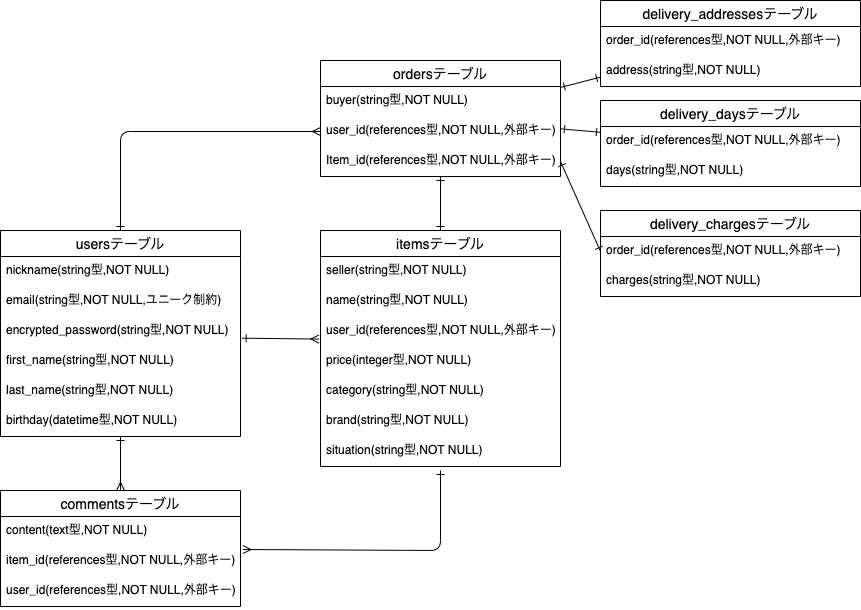
Earlier version of the draw.io export furima.drawio.png (hossan09/furima-38237). Source tidied: cells renumbered, new cells last; positions are measured from the earlier drawing's top-left corner, leaving out a move shared by most shapes.
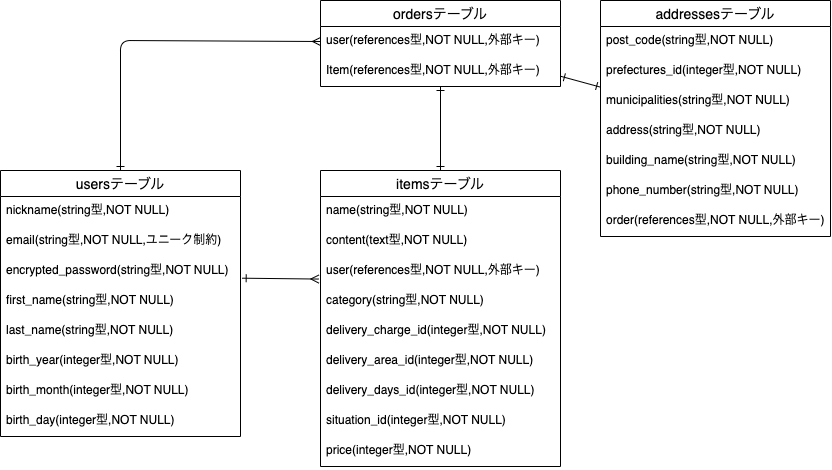
The same diagram one commit later.

Commit message:
不要なテーブルの削除、カラムの編集・追加

The edit, as a diff of the source:
```diff
@@ -5,18 +5,15 @@
     <mxCell id="2" style="edgeStyle=none;html=1;endArrow=ERmany;endFill=0;startArrow=ERone;startFill=0;entryX=-0.007;entryY=0.752;entryDx=0;entryDy=0;exitX=1.007;exitY=0.723;exitDx=0;exitDy=0;exitPerimeter=0;entryPerimeter=0;" parent="1" edge="1" source="8" target="17">
       <mxGeometry relative="1" as="geometry" />
     </mxCell>
-    <mxCell id="3" style="edgeStyle=none;html=1;startArrow=ERone;startFill=0;endArrow=ERmany;endFill=0;" parent="1" edge="1" source="5" target="22">
-      <mxGeometry relative="1" as="geometry" />
-    </mxCell>
     <mxCell id="4" style="edgeStyle=none;html=1;startArrow=ERone;startFill=0;endArrow=ERmany;endFill=0;exitX=0.5;exitY=0;exitDx=0;exitDy=0;entryX=0;entryY=0.5;entryDx=0;entryDy=0;" parent="1" edge="1" source="5" target="28">
       <mxGeometry relative="1" as="geometry">
         <Array as="points">
-          <mxPoint x="120" y="131" />
+          <mxPoint x="120" y="100" />
         </Array>
       </mxGeometry>
     </mxCell>
     <mxCell id="5" value="usersテーブル" style="swimlane;fontStyle=0;horizontal=1;startSize=26;align=center;fontSize=14;" parent="1" vertex="1">
-      <mxGeometry y="230" width="240" height="206" as="geometry" />
+      <mxGeometry y="230" width="240" height="266" as="geometry" />
     </mxCell>
     <mxCell id="6" value="nickname(string型,NOT NULL)" style="text;strokeColor=none;fillColor=none;spacingLeft=4;spacingRight=4;overflow=hidden;fontSize=12;" parent="5" vertex="1">
       <mxGeometry y="26" width="240" height="30" as="geometry" />
@@ -33,103 +30,83 @@
     <mxCell id="10" value="last_name(string型,NOT NULL)" style="text;strokeColor=none;fillColor=none;spacingLeft=4;spacingRight=4;overflow=hidden;fontSize=12;" parent="5" vertex="1">
       <mxGeometry y="146" width="240" height="30" as="geometry" />
     </mxCell>
-    <mxCell id="11" value="birthday(datetime型,NOT NULL)" style="text;strokeColor=none;fillColor=none;spacingLeft=4;spacingRight=4;overflow=hidden;fontSize=12;" parent="5" vertex="1">
+    <mxCell id="11" value="birth_year(integer型,NOT NULL)" style="text;strokeColor=none;fillColor=none;spacingLeft=4;spacingRight=4;overflow=hidden;fontSize=12;" parent="5" vertex="1">
       <mxGeometry y="176" width="240" height="30" as="geometry" />
     </mxCell>
+    <mxCell id="13" value="birth_month(integer型,NOT NULL)" style="text;strokeColor=none;fillColor=none;spacingLeft=4;spacingRight=4;overflow=hidden;fontSize=12;" parent="5" vertex="1">
+      <mxGeometry y="206" width="240" height="30" as="geometry" />
+    </mxCell>
+    <mxCell id="42" value="birth_day(integer型,NOT NULL)" style="text;strokeColor=none;fillColor=none;spacingLeft=4;spacingRight=4;overflow=hidden;fontSize=12;" parent="5" vertex="1">
+      <mxGeometry y="236" width="240" height="30" as="geometry" />
+    </mxCell>
     <mxCell id="12" style="edgeStyle=none;html=1;startArrow=ERone;startFill=0;endArrow=ERone;endFill=0;" parent="1" edge="1" source="14" target="26">
       <mxGeometry relative="1" as="geometry" />
     </mxCell>
-    <mxCell id="13" style="edgeStyle=none;html=1;startArrow=ERone;startFill=0;endArrow=ERmany;endFill=0;entryX=1.01;entryY=0.1;entryDx=0;entryDy=0;entryPerimeter=0;" parent="1" edge="1" target="24">
-      <mxGeometry relative="1" as="geometry">
-        <mxPoint x="440" y="470" as="sourcePoint" />
-        <Array as="points">
-          <mxPoint x="440" y="550" />
-        </Array>
-      </mxGeometry>
-    </mxCell>
     <mxCell id="14" value="itemsテーブル" style="swimlane;fontStyle=0;horizontal=1;startSize=26;align=center;fontSize=14;" parent="1" vertex="1">
-      <mxGeometry x="320" y="230" width="240" height="236" as="geometry" />
+      <mxGeometry x="320" y="230" width="240" height="296" as="geometry" />
     </mxCell>
-    <mxCell id="15" value="seller(string型,NOT NULL)" style="text;strokeColor=none;fillColor=none;spacingLeft=4;spacingRight=4;overflow=hidden;fontSize=12;" parent="14" vertex="1">
-      <mxGeometry y="26" width="240" height="30" as="geometry" />
-    </mxCell>
     <mxCell id="16" value="name(string型,NOT NULL)" style="text;strokeColor=none;fillColor=none;spacingLeft=4;spacingRight=4;overflow=hidden;fontSize=12;" parent="14" vertex="1">
-      <mxGeometry y="56" width="240" height="30" as="geometry" />
+      <mxGeometry y="26" width="240" height="30" as="geometry" />
     </mxCell>
+    <mxCell id="23" value="content(text型,NOT NULL)" style="text;strokeColor=none;fillColor=none;spacingLeft=4;spacingRight=4;overflow=hidden;fontSize=12;" parent="14" vertex="1">
+      <mxGeometry y="56" width="240" height="30" as="geometry" />
+    </mxCell>
-    <mxCell id="17" value="user_id(references型,NOT NULL,外部キー)" style="text;strokeColor=none;fillColor=none;spacingLeft=4;spacingRight=4;overflow=hidden;points=[[0,0.5],[1,0.5]];portConstraint=eastwest;fontSize=12;" parent="14" vertex="1">
+    <mxCell id="17" value="user(references型,NOT NULL,外部キー)" style="text;strokeColor=none;fillColor=none;spacingLeft=4;spacingRight=4;overflow=hidden;points=[[0,0.5],[1,0.5]];portConstraint=eastwest;fontSize=12;" parent="14" vertex="1">
       <mxGeometry y="86" width="240" height="30" as="geometry" />
     </mxCell>
-    <mxCell id="18" value="price(integer型,NOT NULL)" style="text;strokeColor=none;fillColor=none;spacingLeft=4;spacingRight=4;overflow=hidden;fontSize=12;" parent="14" vertex="1">
-      <mxGeometry y="116" width="240" height="30" as="geometry" />
-    </mxCell>
     <mxCell id="19" value="category(string型,NOT NULL)" style="text;strokeColor=none;fillColor=none;spacingLeft=4;spacingRight=4;overflow=hidden;fontSize=12;" parent="14" vertex="1">
-      <mxGeometry y="146" width="240" height="30" as="geometry" />
+      <mxGeometry y="116" width="240" height="30" as="geometry" />
     </mxCell>
-    <mxCell id="20" value="brand(string型,NOT NULL)" style="text;strokeColor=none;fillColor=none;spacingLeft=4;spacingRight=4;overflow=hidden;fontSize=12;" parent="14" vertex="1">
-      <mxGeometry y="176" width="240" height="30" as="geometry" />
+    <mxCell id="20" value="delivery_charge_id(integer型,NOT NULL)" style="text;strokeColor=none;fillColor=none;spacingLeft=4;spacingRight=4;overflow=hidden;fontSize=12;" parent="14" vertex="1">
+      <mxGeometry y="146" width="240" height="30" as="geometry" />
     </mxCell>
+    <mxCell id="43" value="delivery_area_id(integer型,NOT NULL)" style="text;strokeColor=none;fillColor=none;spacingLeft=4;spacingRight=4;overflow=hidden;fontSize=12;" parent="14" vertex="1">
+      <mxGeometry y="176" width="240" height="30" as="geometry" />
+    </mxCell>
+    <mxCell id="44" value="delivery_days_id(integer型,NOT NULL)" style="text;strokeColor=none;fillColor=none;spacingLeft=4;spacingRight=4;overflow=hidden;fontSize=12;" parent="14" vertex="1">
+      <mxGeometry y="206" width="240" height="30" as="geometry" />
+    </mxCell>
-    <mxCell id="21" value="situation(string型,NOT NULL)" style="text;strokeColor=none;fillColor=none;spacingLeft=4;spacingRight=4;overflow=hidden;fontSize=12;" parent="14" vertex="1">
-      <mxGeometry y="206" width="240" height="30" as="geometry" />
+    <mxCell id="21" value="situation_id(integer型,NOT NULL)" style="text;strokeColor=none;fillColor=none;spacingLeft=4;spacingRight=4;overflow=hidden;fontSize=12;" parent="14" vertex="1">
+      <mxGeometry y="236" width="240" height="30" as="geometry" />
     </mxCell>
-    <mxCell id="22" value="commentsテーブル" style="swimlane;fontStyle=0;horizontal=1;startSize=26;align=center;fontSize=14;" parent="1" vertex="1">
-      <mxGeometry y="490" width="240" height="116" as="geometry" />
-    </mxCell>
-    <mxCell id="23" value="content(text型,NOT NULL)" style="text;strokeColor=none;fillColor=none;spacingLeft=4;spacingRight=4;overflow=hidden;fontSize=12;" parent="22" vertex="1">
-      <mxGeometry y="26" width="240" height="30" as="geometry" />
-    </mxCell>
-    <mxCell id="24" value="item_id(references型,NOT NULL,外部キー)" style="text;strokeColor=none;fillColor=none;spacingLeft=4;spacingRight=4;overflow=hidden;points=[[0,0.5],[1,0.5]];portConstraint=eastwest;fontSize=12;" parent="22" vertex="1">
-      <mxGeometry y="56" width="240" height="30" as="geometry" />
-    </mxCell>
-    <mxCell id="25" value="user_id(references型,NOT NULL,外部キー)" style="text;strokeColor=none;fillColor=none;spacingLeft=4;spacingRight=4;overflow=hidden;fontSize=12;" parent="22" vertex="1">
-      <mxGeometry y="86" width="240" height="30" as="geometry" />
-    </mxCell>
+    <mxCell id="18" value="price(integer型,NOT NULL)" style="text;strokeColor=none;fillColor=none;spacingLeft=4;spacingRight=4;overflow=hidden;fontSize=12;" parent="14" vertex="1">
+      <mxGeometry y="266" width="240" height="30" as="geometry" />
+    </mxCell>
+    <mxCell id="45" style="edgeStyle=none;html=1;startArrow=ERone;startFill=0;endArrow=ERone;endFill=0;" parent="1" edge="1" source="26" target="46">
+      <mxGeometry relative="1" as="geometry" />
+    </mxCell>
     <mxCell id="26" value="ordersテーブル" style="swimlane;fontStyle=0;horizontal=1;startSize=26;align=center;fontSize=14;" parent="1" vertex="1">
-      <mxGeometry x="320" y="60" width="240" height="116" as="geometry" />
+      <mxGeometry x="320" y="60" width="240" height="86" as="geometry" />
     </mxCell>
-    <mxCell id="27" value="buyer(string型,NOT NULL)" style="text;strokeColor=none;fillColor=none;spacingLeft=4;spacingRight=4;overflow=hidden;fontSize=12;" parent="26" vertex="1">
-      <mxGeometry y="26" width="240" height="30" as="geometry" />
-    </mxCell>
-    <mxCell id="28" value="user_id(references型,NOT NULL,外部キー)" style="text;strokeColor=none;fillColor=none;spacingLeft=4;spacingRight=4;overflow=hidden;points=[[0,0.5],[1,0.5]];portConstraint=eastwest;fontSize=12;" parent="26" vertex="1">
-      <mxGeometry y="56" width="240" height="30" as="geometry" />
+    <mxCell id="28" value="user(references型,NOT NULL,外部キー)" style="text;strokeColor=none;fillColor=none;spacingLeft=4;spacingRight=4;overflow=hidden;points=[[0,0.5],[1,0.5]];portConstraint=eastwest;fontSize=12;" parent="26" vertex="1">
+      <mxGeometry y="26" width="240" height="30" as="geometry" />
     </mxCell>
-    <mxCell id="29" value="Item_id(references型,NOT NULL,外部キー)" style="text;strokeColor=none;fillColor=none;spacingLeft=4;spacingRight=4;overflow=hidden;points=[[0,0.5],[1,0.5]];portConstraint=eastwest;fontSize=12;" parent="26" vertex="1">
-      <mxGeometry y="86" width="240" height="30" as="geometry" />
+    <mxCell id="29" value="Item(references型,NOT NULL,外部キー)" style="text;strokeColor=none;fillColor=none;spacingLeft=4;spacingRight=4;overflow=hidden;points=[[0,0.5],[1,0.5]];portConstraint=eastwest;fontSize=12;" parent="26" vertex="1">
+      <mxGeometry y="56" width="240" height="30" as="geometry" />
     </mxCell>
-    <mxCell id="30" value="delivery_addressesテーブル" style="swimlane;fontStyle=0;horizontal=1;startSize=26;align=center;fontSize=14;" parent="1" vertex="1">
-      <mxGeometry x="600" width="260" height="86" as="geometry" />
-    </mxCell>
-    <mxCell id="31" value="order_id(references型,NOT NULL,外部キー)" style="text;strokeColor=none;fillColor=none;spacingLeft=4;spacingRight=4;overflow=hidden;fontSize=12;" parent="30" vertex="1">
-      <mxGeometry y="26" width="260" height="30" as="geometry" />
-    </mxCell>
+    <mxCell id="46" value="addressesテーブル" style="swimlane;fontStyle=0;horizontal=1;startSize=26;align=center;fontSize=14;" parent="1" vertex="1">
+      <mxGeometry x="600" y="60" width="230" height="236" as="geometry" />
+    </mxCell>
+    <mxCell id="47" value="post_code(string型,NOT NULL)" style="text;strokeColor=none;fillColor=none;spacingLeft=4;spacingRight=4;overflow=hidden;fontSize=12;" parent="46" vertex="1">
+      <mxGeometry y="26" width="230" height="30" as="geometry" />
+    </mxCell>
+    <mxCell id="48" value="prefectures_id(integer型,NOT NULL)" style="text;strokeColor=none;fillColor=none;spacingLeft=4;spacingRight=4;overflow=hidden;fontSize=12;" parent="46" vertex="1">
+      <mxGeometry y="56" width="230" height="30" as="geometry" />
+    </mxCell>
+    <mxCell id="49" value="municipalities(string型,NOT NULL)" style="text;strokeColor=none;fillColor=none;spacingLeft=4;spacingRight=4;overflow=hidden;fontSize=12;" parent="46" vertex="1">
+      <mxGeometry y="86" width="230" height="30" as="geometry" />
+    </mxCell>
-    <mxCell id="32" value="address(string型,NOT NULL)" style="text;strokeColor=none;fillColor=none;spacingLeft=4;spacingRight=4;overflow=hidden;fontSize=12;" parent="30" vertex="1">
-      <mxGeometry y="56" width="260" height="30" as="geometry" />
+    <mxCell id="32" value="address(string型,NOT NULL)" style="text;strokeColor=none;fillColor=none;spacingLeft=4;spacingRight=4;overflow=hidden;fontSize=12;" parent="46" vertex="1">
+      <mxGeometry y="116" width="230" height="30" as="geometry" />
     </mxCell>
-    <mxCell id="33" style="edgeStyle=none;html=1;startArrow=ERone;startFill=0;endArrow=ERone;endFill=0;" parent="1" edge="1" source="26" target="30">
-      <mxGeometry relative="1" as="geometry" />
-    </mxCell>
-    <mxCell id="34" style="edgeStyle=none;html=1;startArrow=ERone;startFill=0;endArrow=ERone;endFill=0;" parent="1" edge="1" source="35" target="26">
-      <mxGeometry relative="1" as="geometry" />
-    </mxCell>
-    <mxCell id="35" value="delivery_daysテーブル" style="swimlane;fontStyle=0;horizontal=1;startSize=26;align=center;fontSize=14;" parent="1" vertex="1">
-      <mxGeometry x="600" y="100" width="260" height="86" as="geometry" />
-    </mxCell>
-    <mxCell id="36" value="order_id(references型,NOT NULL,外部キー)" style="text;strokeColor=none;fillColor=none;spacingLeft=4;spacingRight=4;overflow=hidden;fontSize=12;" parent="35" vertex="1">
-      <mxGeometry y="26" width="260" height="30" as="geometry" />
-    </mxCell>
-    <mxCell id="37" value="days(string型,NOT NULL)" style="text;strokeColor=none;fillColor=none;spacingLeft=4;spacingRight=4;overflow=hidden;fontSize=12;" parent="35" vertex="1">
-      <mxGeometry y="56" width="260" height="30" as="geometry" />
-    </mxCell>
-    <mxCell id="38" style="edgeStyle=none;html=1;startArrow=ERone;startFill=0;endArrow=ERone;endFill=0;exitX=0;exitY=0.5;exitDx=0;exitDy=0;entryX=1;entryY=0.5;entryDx=0;entryDy=0;" parent="1" edge="1" source="40" target="29">
-      <mxGeometry relative="1" as="geometry" />
-    </mxCell>
-    <mxCell id="39" value="delivery_chargesテーブル" style="swimlane;fontStyle=0;horizontal=1;startSize=26;align=center;fontSize=14;" parent="1" vertex="1">
-      <mxGeometry x="600" y="210" width="260" height="86" as="geometry" />
-    </mxCell>
-    <mxCell id="40" value="order_id(references型,NOT NULL,外部キー)" style="text;strokeColor=none;fillColor=none;spacingLeft=4;spacingRight=4;overflow=hidden;points=[[0,0.5],[1,0.5]];portConstraint=eastwest;fontSize=12;" parent="39" vertex="1">
-      <mxGeometry y="26" width="260" height="30" as="geometry" />
-    </mxCell>
-    <mxCell id="41" value="charges(string型,NOT NULL)" style="text;strokeColor=none;fillColor=none;spacingLeft=4;spacingRight=4;overflow=hidden;fontSize=12;" parent="39" vertex="1">
-      <mxGeometry y="56" width="260" height="30" as="geometry" />
-    </mxCell>
+    <mxCell id="50" value="building_name(string型,NOT NULL)" style="text;strokeColor=none;fillColor=none;spacingLeft=4;spacingRight=4;overflow=hidden;fontSize=12;" parent="46" vertex="1">
+      <mxGeometry y="146" width="230" height="30" as="geometry" />
+    </mxCell>
+    <mxCell id="51" value="phone_number(string型,NOT NULL)" style="text;strokeColor=none;fillColor=none;spacingLeft=4;spacingRight=4;overflow=hidden;fontSize=12;" parent="46" vertex="1">
+      <mxGeometry y="176" width="230" height="30" as="geometry" />
+    </mxCell>
+    <mxCell id="52" value="order(references型,NOT NULL,外部キー)" style="text;strokeColor=none;fillColor=none;spacingLeft=4;spacingRight=4;overflow=hidden;fontSize=12;" parent="46" vertex="1">
+      <mxGeometry y="206" width="230" height="30" as="geometry" />
+    </mxCell>
   </root>
 </mxGraphModel>
```
